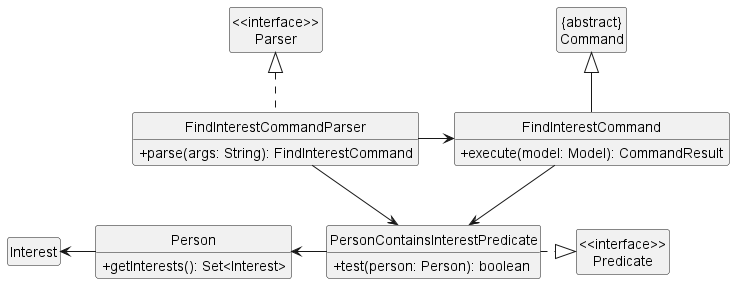
Above: docs/images/FindInterestClassDiagram.png in nus-cs2103-AY2223S1/tp (PlantUML), before the change. Its diagram source:
```plantuml
@startuml
skinparam classAttributeIconSize 0
hide circle
hide members
show FindInterestCommandParser methods
show FindInterestCommand methods
show PersonContainsInterestPredicate methods
show Person methods

Class "<<interface>>\nParser" as Parser
Class "<<interface>>\nPredicate" as Predicate
Class "{abstract}\nCommand" as Command
Class "Interest" as Interest

Class FindInterestCommandParser {
  +parse(args: String): FindInterestCommand
}
Class PersonContainsInterestPredicate {
  +test(person: Person): boolean
}
Class FindInterestCommand {
  +execute(model: Model): CommandResult
}
Class Person {
  +getInterests(): Set<Interest>
}

Parser <|.. FindInterestCommandParser
PersonContainsInterestPredicate ..right.|> Predicate
FindInterestCommandParser -right-> PersonContainsInterestPredicate
FindInterestCommandParser -right-> FindInterestCommand
FindInterestCommand --> PersonContainsInterestPredicate
FindInterestCommand -up-|> Command
PersonContainsInterestPredicate -left-> Person
Person -left-> Interest

@enduml
```
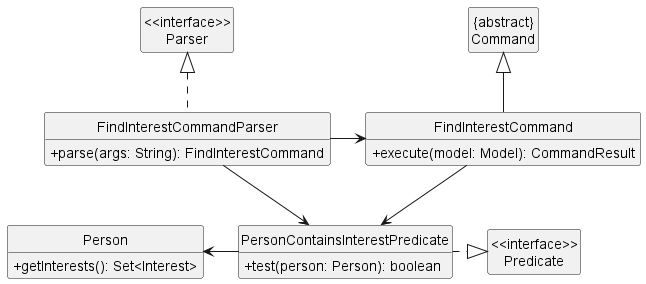
Later version of the same file.

Commit message:
Remove an unimportant class from Class Diagram

What changed in the source:
```diff
@@ -10,7 +10,6 @@
 Class "<<interface>>\nParser" as Parser
 Class "<<interface>>\nPredicate" as Predicate
 Class "{abstract}\nCommand" as Command
-Class "Interest" as Interest
 
 Class FindInterestCommandParser {
   +parse(args: String): FindInterestCommand
@@ -26,12 +25,11 @@
 }
 
 Parser <|.. FindInterestCommandParser
-PersonContainsInterestPredicate ..right.|> Predicate
+PersonContainsInterestPredicate .right.|> Predicate
 FindInterestCommandParser -right-> PersonContainsInterestPredicate
 FindInterestCommandParser -right-> FindInterestCommand
 FindInterestCommand --> PersonContainsInterestPredicate
 FindInterestCommand -up-|> Command
 PersonContainsInterestPredicate -left-> Person
-Person -left-> Interest
 
 @enduml
```
